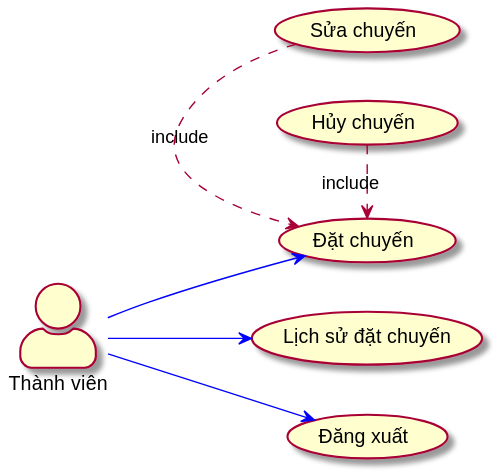
Above: Documents/working/Giap/usecases_and_flow_charts/user_usecases.svg in tungdduy/funixCP (PlantUML), before the change. Its diagram source:
```plantuml
@startuml
left to right direction
skinparam actorStyle awesome
:Thành viên: as u

(Đặt chuyến) as (reserve_trip)
(Hủy chuyến) as (cancel_trip)
(Lịch sử đặt chuyến) as (trip_history)
(Sửa chuyến) as (edit_trip)


u --> (Đăng xuất)#blue
u --> (reserve_trip) #blue
u --> (trip_history)#blue
(cancel_trip) .> (reserve_trip) : include
(edit_trip) .> (reserve_trip) : include
@enduml
```
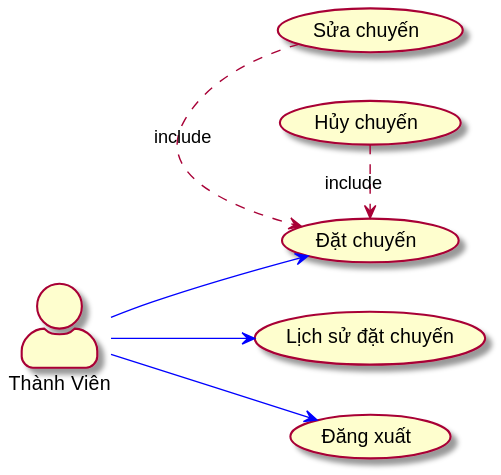
After the commit.

What changed in the source:
```diff
@@ -1,7 +1,7 @@
 @startuml
 left to right direction
 skinparam actorStyle awesome
-:Thành viên: as u
+:Thành Viên: as u
 
 (Đặt chuyến) as (reserve_trip)
 (Hủy chuyến) as (cancel_trip)
```
